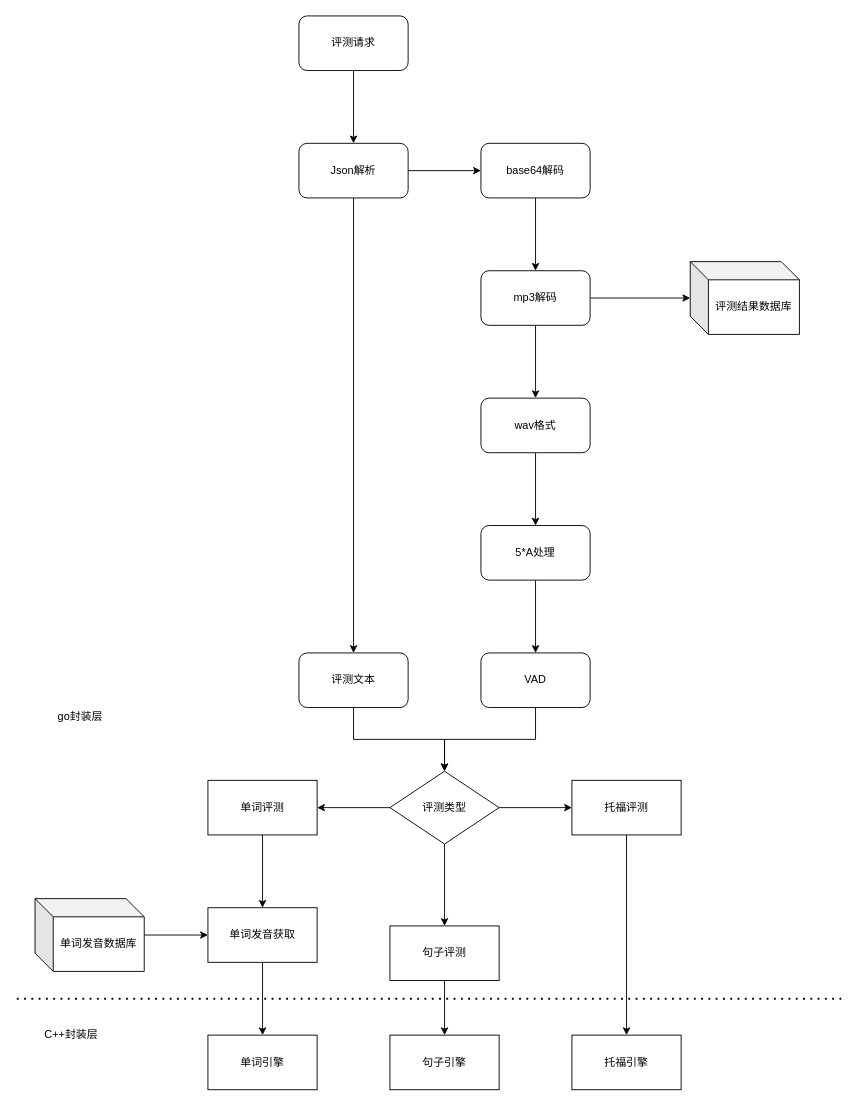
Above: capt-services.drawio in alongwithyou/g2p (draw.io), before the change. Source tidied: cells renumbered, new cells numbered last; positions are measured from the earlier drawing's top-left corner, leaving out a move shared by most shapes. Both pictures are drawn from the tidied source at 91%, with x=0, y=0 at pixel (16, 15).
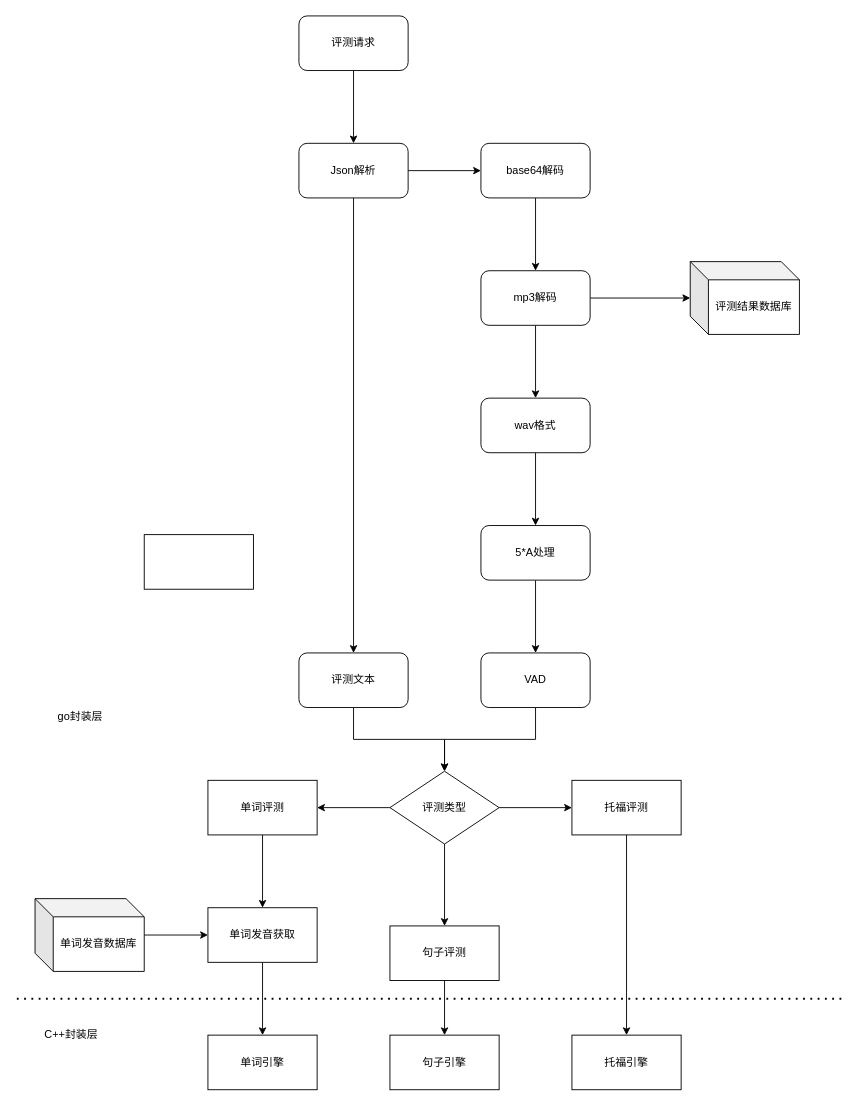
The same diagram, later.

Diff of the diagram source:
```diff
@@
+    <mxCell id="41" style="rounded=0;whiteSpace=wrap;html=1;" parent="1" vertex="1">
+      <mxGeometry x="140" y="570" width="120" height="60" as="geometry" />
+    </mxCell>
```
